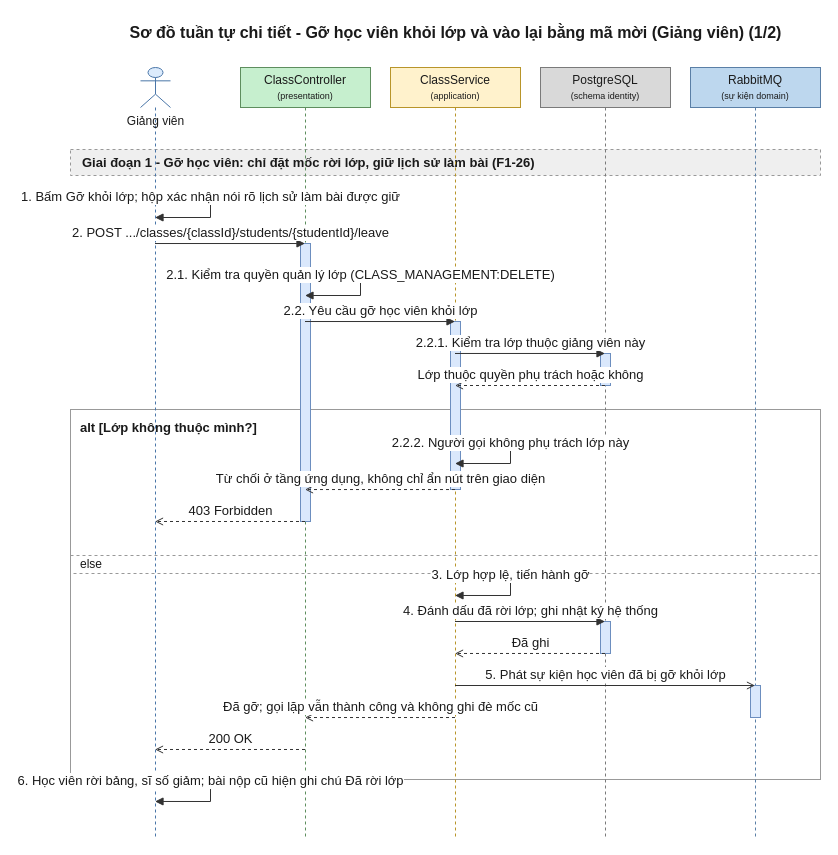
Above: 08-diagram/sequence/gv/sequence_gv_go_hoc_vien_khoi_lop_p1.drawio in daiphu1801/PRJ_ALGOPREP (draw.io), before the change. Source tidied: cells renumbered, new cells numbered last; positions are measured from the earlier drawing's top-left corner, leaving out a move shared by most shapes. Both pictures are drawn from the tidied source at 100%, with x=0, y=0 at pixel (70, 17).
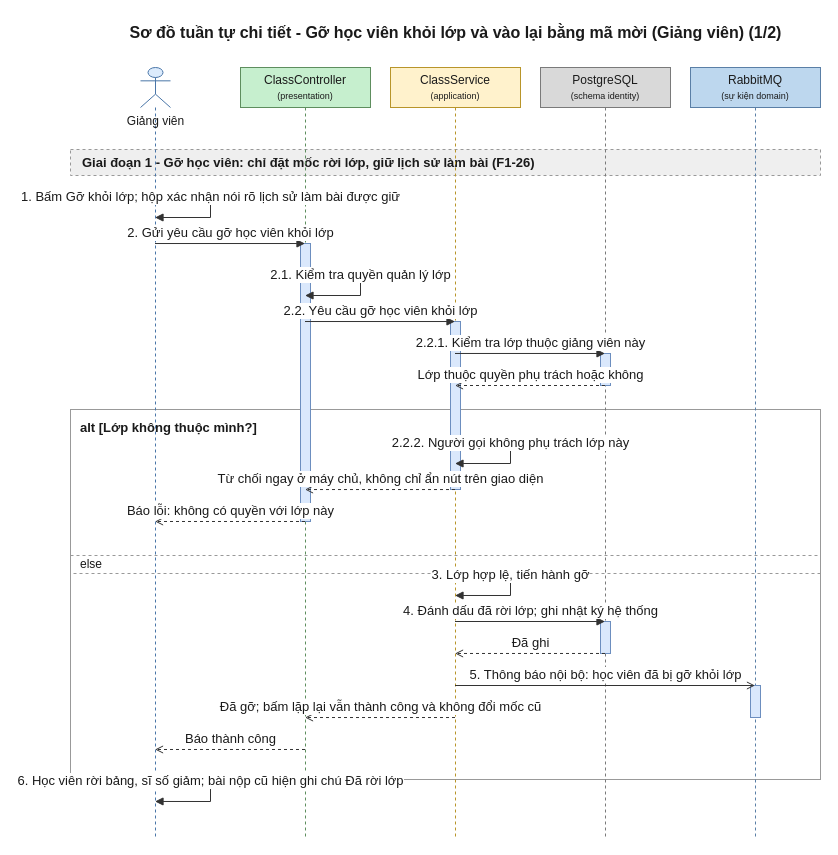
The same page after the edit.

The change refers to these unchanged cells:
```xml
<mxCell id="6" value="Giảng viên" style="shape=umlLifeline;participant=umlActor;perimeter=lifelinePerimeter;html=1;outlineConnect=0;size=40;verticalAlign=top;spacingTop=40;fillColor=#DCEBFC;strokeColor=#4A76A8;fontColor=#1A1A1A;" parent="1" vertex="1">
  <mxGeometry x="70" y="50" width="30" height="770" as="geometry" />
</mxCell>
<mxCell id="7" value="ClassController&lt;br&gt;&lt;font style=&quot;font-size:9px&quot;&gt;(presentation)&lt;/font&gt;" style="shape=umlLifeline;perimeter=lifelinePerimeter;whiteSpace=wrap;html=1;outlineConnect=0;size=40;fillColor=#C6EFCE;strokeColor=#5E8E5E;fontColor=#1A1A1A;" parent="1" vertex="1">
  <mxGeometry x="170" y="50" width="130" height="770" as="geometry" />
</mxCell>
<mxCell id="8" value="ClassService&lt;br&gt;&lt;font style=&quot;font-size:9px&quot;&gt;(application)&lt;/font&gt;" style="shape=umlLifeline;perimeter=lifelinePerimeter;whiteSpace=wrap;html=1;outlineConnect=0;size=40;fillColor=#FFF2CC;strokeColor=#B8952A;fontColor=#1A1A1A;" parent="1" vertex="1">
  <mxGeometry x="320" y="50" width="130" height="770" as="geometry" />
</mxCell>
<mxCell id="10" value="RabbitMQ&lt;br&gt;&lt;font style=&quot;font-size:9px&quot;&gt;(sự kiện domain)&lt;/font&gt;" style="shape=umlLifeline;perimeter=lifelinePerimeter;whiteSpace=wrap;html=1;outlineConnect=0;size=40;fillColor=#BDD7EE;strokeColor=#5A7FA6;fontColor=#1A1A1A;" parent="1" vertex="1">
  <mxGeometry x="620" y="50" width="130" height="770" as="geometry" />
</mxCell>
```

Diff of the diagram source:
```diff
@@
-    <mxCell id="17" value="2. POST .../classes/{classId}/students/{studentId}/leave" style="edgeStyle=none;html=1;endArrow=block;endFill=1;strokeColor=#333333;fontColor=#1A1A1A;fontSize=13;verticalAlign=bottom;exitX=0.5;exitY=0.2286;exitDx=0;exitDy=0;entryX=0.5;entryY=0.2286;entryDx=0;entryDy=0;" parent="1" edge="1" source="6" target="7">
+    <mxCell id="17" value="2. Gửi yêu cầu gỡ học viên khỏi lớp" style="edgeStyle=none;html=1;endArrow=block;endFill=1;strokeColor=#333333;fontColor=#1A1A1A;fontSize=13;verticalAlign=bottom;exitX=0.5;exitY=0.2286;exitDx=0;exitDy=0;entryX=0.5;entryY=0.2286;entryDx=0;entryDy=0;" parent="1" edge="1" source="6" target="7">
       <mxGeometry relative="1" as="geometry" />
     </mxCell>
-    <mxCell id="18" value="2.1. Kiểm tra quyền quản lý lớp (CLASS_MANAGEMENT:DELETE)" style="edgeStyle=orthogonalEdgeStyle;rounded=0;html=1;endArrow=block;endFill=1;strokeColor=#333333;fontColor=#1A1A1A;fontSize=13;verticalAlign=bottom;exitX=0.5;exitY=0.2701;exitDx=0;exitDy=0;entryX=0.5;entryY=0.2961;entryDx=0;entryDy=0;" parent="1" edge="1" source="7" target="7">
+    <mxCell id="18" value="2.1. Kiểm tra quyền quản lý lớp" style="edgeStyle=orthogonalEdgeStyle;rounded=0;html=1;endArrow=block;endFill=1;strokeColor=#333333;fontColor=#1A1A1A;fontSize=13;verticalAlign=bottom;exitX=0.5;exitY=0.2701;exitDx=0;exitDy=0;entryX=0.5;entryY=0.2961;entryDx=0;entryDy=0;" parent="1" edge="1" source="7" target="7">
       <mxGeometry relative="1" as="geometry">
         <Array as="points">
           <mxPoint x="290" y="258" />
           <mxPoint x="290" y="278" />
         </Array>
       </mxGeometry>
     </mxCell>
@@
-    <mxCell id="23" value="Từ chối ở tầng ứng dụng, không chỉ ẩn nút trên giao diện" style="edgeStyle=none;html=1;endArrow=open;endFill=0;dashed=1;strokeColor=#333333;fontColor=#1A1A1A;fontSize=13;verticalAlign=bottom;exitX=0.5;exitY=0.5481;exitDx=0;exitDy=0;entryX=0.5;entryY=0.5481;entryDx=0;entryDy=0;" parent="1" edge="1" source="8" target="7">
+    <mxCell id="23" value="Từ chối ngay ở máy chủ, không chỉ ẩn nút trên giao diện" style="edgeStyle=none;html=1;endArrow=open;endFill=0;dashed=1;strokeColor=#333333;fontColor=#1A1A1A;fontSize=13;verticalAlign=bottom;exitX=0.5;exitY=0.5481;exitDx=0;exitDy=0;entryX=0.5;entryY=0.5481;entryDx=0;entryDy=0;" parent="1" edge="1" source="8" target="7">
       <mxGeometry relative="1" as="geometry" />
     </mxCell>
-    <mxCell id="24" value="403 Forbidden" style="edgeStyle=none;html=1;endArrow=open;endFill=0;dashed=1;strokeColor=#333333;fontColor=#1A1A1A;fontSize=13;verticalAlign=bottom;exitX=0.5;exitY=0.5896;exitDx=0;exitDy=0;entryX=0.5;entryY=0.5896;entryDx=0;entryDy=0;" parent="1" edge="1" source="7" target="6">
+    <mxCell id="24" value="Báo lỗi: không có quyền với lớp này" style="edgeStyle=none;html=1;endArrow=open;endFill=0;dashed=1;strokeColor=#333333;fontColor=#1A1A1A;fontSize=13;verticalAlign=bottom;exitX=0.5;exitY=0.5896;exitDx=0;exitDy=0;entryX=0.5;entryY=0.5896;entryDx=0;entryDy=0;" parent="1" edge="1" source="7" target="6">
       <mxGeometry relative="1" as="geometry" />
     </mxCell>
@@
-    <mxCell id="28" value="5. Phát sự kiện học viên đã bị gỡ khỏi lớp" style="edgeStyle=none;html=1;endArrow=open;endFill=0;strokeColor=#333333;fontColor=#1A1A1A;fontSize=13;verticalAlign=bottom;exitX=0.5;exitY=0.8026;exitDx=0;exitDy=0;entryX=0.5;entryY=0.8026;entryDx=0;entryDy=0;" parent="1" edge="1" source="8" target="10">
+    <mxCell id="28" value="5. Thông báo nội bộ: học viên đã bị gỡ khỏi lớp" style="edgeStyle=none;html=1;endArrow=open;endFill=0;strokeColor=#333333;fontColor=#1A1A1A;fontSize=13;verticalAlign=bottom;exitX=0.5;exitY=0.8026;exitDx=0;exitDy=0;entryX=0.5;entryY=0.8026;entryDx=0;entryDy=0;" parent="1" edge="1" source="8" target="10">
       <mxGeometry relative="1" as="geometry" />
     </mxCell>
-    <mxCell id="29" value="Đã gỡ; gọi lặp vẫn thành công và không ghi đè mốc cũ" style="edgeStyle=none;html=1;endArrow=open;endFill=0;dashed=1;strokeColor=#333333;fontColor=#1A1A1A;fontSize=13;verticalAlign=bottom;exitX=0.5;exitY=0.8442;exitDx=0;exitDy=0;entryX=0.5;entryY=0.8442;entryDx=0;entryDy=0;" parent="1" edge="1" source="8" target="7">
+    <mxCell id="29" value="Đã gỡ; bấm lặp lại vẫn thành công và không đổi mốc cũ" style="edgeStyle=none;html=1;endArrow=open;endFill=0;dashed=1;strokeColor=#333333;fontColor=#1A1A1A;fontSize=13;verticalAlign=bottom;exitX=0.5;exitY=0.8442;exitDx=0;exitDy=0;entryX=0.5;entryY=0.8442;entryDx=0;entryDy=0;" parent="1" edge="1" source="8" target="7">
       <mxGeometry relative="1" as="geometry" />
     </mxCell>
-    <mxCell id="30" value="200 OK" style="edgeStyle=none;html=1;endArrow=open;endFill=0;dashed=1;strokeColor=#333333;fontColor=#1A1A1A;fontSize=13;verticalAlign=bottom;exitX=0.5;exitY=0.8857;exitDx=0;exitDy=0;entryX=0.5;entryY=0.8857;entryDx=0;entryDy=0;" parent="1" edge="1" source="7" target="6">
+    <mxCell id="30" value="Báo thành công" style="edgeStyle=none;html=1;endArrow=open;endFill=0;dashed=1;strokeColor=#333333;fontColor=#1A1A1A;fontSize=13;verticalAlign=bottom;exitX=0.5;exitY=0.8857;exitDx=0;exitDy=0;entryX=0.5;entryY=0.8857;entryDx=0;entryDy=0;" parent="1" edge="1" source="7" target="6">
       <mxGeometry relative="1" as="geometry" />
     </mxCell>
```
